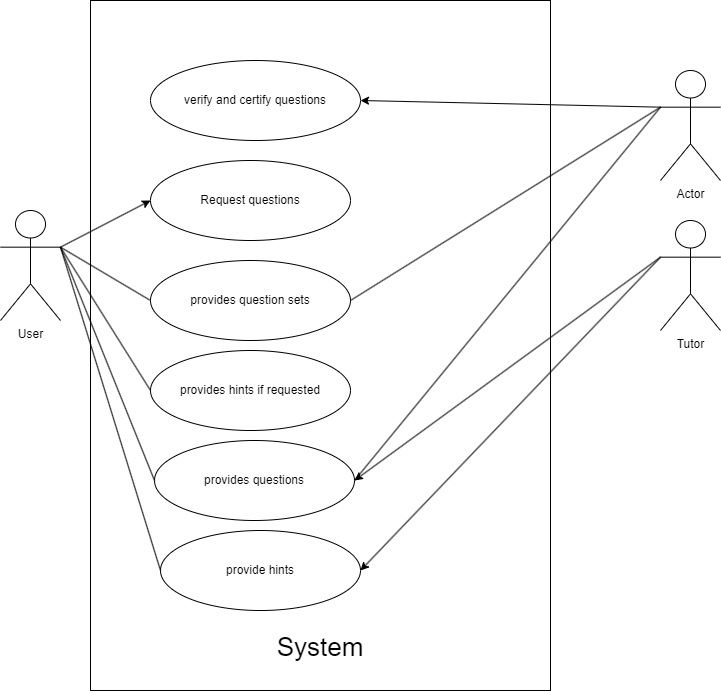
Earlier version of the draw.io export Quiz system.drawio.png (prasai-ap/system-modeling). Source tidied: cells renumbered, new cells last; positions are measured from the earlier drawing's top-left corner, leaving out a move shared by most shapes.
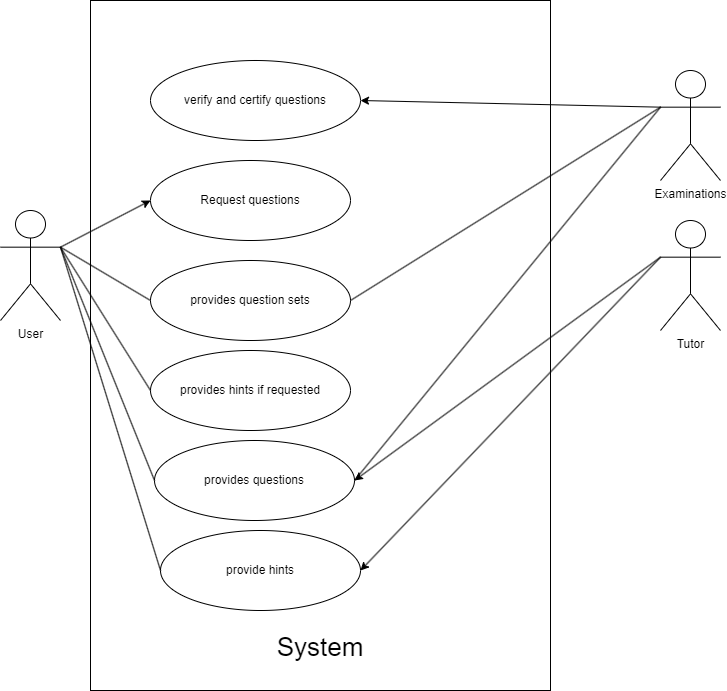
After the change.

Diff of the diagram source:
```diff
@@ -50,7 +50,7 @@
     <mxCell id="17" value="verify and certify questions" style="ellipse;whiteSpace=wrap;html=1;" parent="1" vertex="1">
       <mxGeometry x="150" y="60" width="210" height="80" as="geometry" />
     </mxCell>
-    <mxCell id="18" value="Actor" style="shape=umlActor;verticalLabelPosition=bottom;verticalAlign=top;html=1;outlineConnect=0;" parent="1" vertex="1">
+    <mxCell id="18" value="Examinations" style="shape=umlActor;verticalLabelPosition=bottom;verticalAlign=top;html=1;outlineConnect=0;" parent="1" vertex="1">
       <mxGeometry x="660" y="70" width="60" height="110" as="geometry" />
     </mxCell>
     <mxCell id="19" style="endArrow=none;html=1;rounded=0;exitX=1;exitY=0.5;exitDx=0;exitDy=0;entryX=0;entryY=0.3333333333333333;entryDx=0;entryDy=0;entryPerimeter=0;" parent="1" edge="1" source="4" target="18">
```
